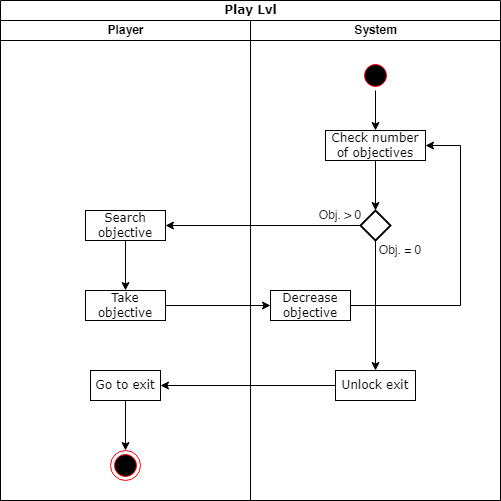
Before: Play Lvl.drawio.png, a diagram exported from draw.io (johannfac/A-Lone-Burglar). Source tidied: cells renumbered, new cells last; positions are measured from the earlier drawing's top-left corner, leaving out a move shared by most shapes. The source it was exported from:
```xml
<mxGraphModel>
  <root>
    <mxCell id="0" />
    <mxCell id="1" parent="0" />
    <mxCell id="2" value="Play Lvl" style="swimlane;html=1;startSize=20;rounded=0;shadow=0;comic=0;labelBackgroundColor=none;strokeWidth=1;fontFamily=Verdana;fontSize=12;align=center;" parent="1" vertex="1">
      <mxGeometry width="500" height="500" as="geometry" />
    </mxCell>
    <mxCell id="3" value="Player" style="swimlane;html=1;startSize=20;" parent="2" vertex="1">
      <mxGeometry y="20" width="250" height="480" as="geometry" />
    </mxCell>
    <mxCell id="4" style="edgeStyle=orthogonalEdgeStyle;rounded=0;jettySize=auto;html=1;exitX=0.5;exitY=1;exitDx=0;exitDy=0;entryX=0.5;entryY=0;entryDx=0;entryDy=0;" parent="3" edge="1" source="5" target="6">
      <mxGeometry relative="1" as="geometry" />
    </mxCell>
    <mxCell id="5" value="Search objective" style="rounded=0;whiteSpace=wrap;html=1;shadow=0;comic=0;labelBackgroundColor=none;strokeWidth=1;fontFamily=Verdana;fontSize=12;align=center;arcSize=50;" parent="3" vertex="1">
      <mxGeometry x="85" y="190" width="80" height="30" as="geometry" />
    </mxCell>
    <mxCell id="6" value="Take objective" style="rounded=0;whiteSpace=wrap;html=1;shadow=0;comic=0;labelBackgroundColor=none;strokeWidth=1;fontFamily=Verdana;fontSize=12;align=center;arcSize=50;" parent="3" vertex="1">
      <mxGeometry x="85" y="270" width="80" height="30" as="geometry" />
    </mxCell>
    <mxCell id="7" style="edgeStyle=orthogonalEdgeStyle;rounded=0;jettySize=auto;html=1;exitX=0.5;exitY=1;exitDx=0;exitDy=0;entryX=0.5;entryY=0;entryDx=0;entryDy=0;" parent="3" edge="1" source="8" target="9">
      <mxGeometry relative="1" as="geometry" />
    </mxCell>
    <mxCell id="8" value="Go to exit" style="rounded=0;whiteSpace=wrap;html=1;shadow=0;comic=0;labelBackgroundColor=none;strokeWidth=1;fontFamily=Verdana;fontSize=12;align=center;arcSize=50;" parent="3" vertex="1">
      <mxGeometry x="90" y="350" width="70" height="30" as="geometry" />
    </mxCell>
    <mxCell id="9" style="ellipse;html=1;shape=endState;fillColor=#000000;strokeColor=#ff0000;" parent="3" vertex="1">
      <mxGeometry x="110" y="430" width="30" height="30" as="geometry" />
    </mxCell>
    <mxCell id="10" value="System" style="swimlane;html=1;startSize=20;" parent="2" vertex="1">
      <mxGeometry x="250" y="20" width="250" height="480" as="geometry" />
    </mxCell>
    <mxCell id="11" style="edgeStyle=orthogonalEdgeStyle;rounded=0;jettySize=auto;html=1;exitX=0.5;exitY=1;exitDx=0;exitDy=0;entryX=0.5;entryY=0;entryDx=0;entryDy=0;" parent="10" edge="1" source="12" target="14">
      <mxGeometry relative="1" as="geometry" />
    </mxCell>
    <mxCell id="12" style="ellipse;html=1;shape=startState;fillColor=#000000;strokeColor=#ff0000;" parent="10" vertex="1">
      <mxGeometry x="110" y="40" width="30" height="30" as="geometry" />
    </mxCell>
    <mxCell id="13" style="edgeStyle=orthogonalEdgeStyle;rounded=0;jettySize=auto;html=1;exitX=0.5;exitY=1;exitDx=0;exitDy=0;entryX=0.5;entryY=0;entryDx=0;entryDy=0;" parent="10" edge="1" source="14" target="16">
      <mxGeometry relative="1" as="geometry" />
    </mxCell>
    <mxCell id="14" value="Check number of objectives" style="rounded=0;whiteSpace=wrap;html=1;shadow=0;comic=0;labelBackgroundColor=none;strokeWidth=1;fontFamily=Verdana;fontSize=12;align=center;arcSize=50;" parent="10" vertex="1">
      <mxGeometry x="75" y="110" width="100" height="30" as="geometry" />
    </mxCell>
    <mxCell id="15" style="edgeStyle=orthogonalEdgeStyle;rounded=0;jettySize=auto;html=1;exitX=0.5;exitY=1;exitDx=0;exitDy=0;entryX=0.5;entryY=0;entryDx=0;entryDy=0;" parent="10" edge="1" source="16" target="17">
      <mxGeometry relative="1" as="geometry" />
    </mxCell>
    <mxCell id="16" style="rhombus;whiteSpace=wrap;html=1;strokeColor=default;strokeWidth=2;fillColor=#FFFFFF;" parent="10" vertex="1">
      <mxGeometry x="110" y="190" width="30" height="30" as="geometry" />
    </mxCell>
    <mxCell id="17" value="Unlock exit" style="rounded=0;whiteSpace=wrap;html=1;shadow=0;comic=0;labelBackgroundColor=none;strokeWidth=1;fontFamily=Verdana;fontSize=12;align=center;arcSize=50;" parent="10" vertex="1">
      <mxGeometry x="85" y="350" width="80" height="30" as="geometry" />
    </mxCell>
    <mxCell id="18" style="edgeStyle=orthogonalEdgeStyle;rounded=0;jettySize=auto;html=1;exitX=1;exitY=0.5;exitDx=0;exitDy=0;entryX=1;entryY=0.5;entryDx=0;entryDy=0;" parent="10" edge="1" source="19" target="14">
      <mxGeometry relative="1" as="geometry">
        <Array as="points">
          <mxPoint x="210" y="285" />
          <mxPoint x="210" y="125" />
        </Array>
      </mxGeometry>
    </mxCell>
    <mxCell id="19" value="Decrease objective" style="rounded=0;whiteSpace=wrap;html=1;shadow=0;comic=0;labelBackgroundColor=none;strokeWidth=1;fontFamily=Verdana;fontSize=12;align=center;arcSize=50;" parent="10" vertex="1">
      <mxGeometry x="20" y="270" width="80" height="30" as="geometry" />
    </mxCell>
    <mxCell id="20" value="Obj. &amp;gt; 0" style="text;html=1;strokeColor=none;fillColor=none;align=center;verticalAlign=middle;whiteSpace=wrap;rounded=0;" parent="10" vertex="1">
      <mxGeometry x="60" y="185" width="60" height="20" as="geometry" />
    </mxCell>
    <mxCell id="21" value="Obj. = 0" style="text;html=1;strokeColor=none;fillColor=none;align=center;verticalAlign=middle;whiteSpace=wrap;rounded=0;" parent="10" vertex="1">
      <mxGeometry x="120" y="220" width="60" height="20" as="geometry" />
    </mxCell>
    <mxCell id="22" style="edgeStyle=orthogonalEdgeStyle;rounded=0;jettySize=auto;html=1;exitX=0;exitY=0.5;exitDx=0;exitDy=0;entryX=1;entryY=0.5;entryDx=0;entryDy=0;" parent="2" edge="1" source="16" target="5">
      <mxGeometry relative="1" as="geometry" />
    </mxCell>
    <mxCell id="23" style="edgeStyle=orthogonalEdgeStyle;rounded=0;jettySize=auto;html=1;exitX=1;exitY=0.5;exitDx=0;exitDy=0;entryX=0;entryY=0.5;entryDx=0;entryDy=0;" parent="2" edge="1" source="6" target="19">
      <mxGeometry relative="1" as="geometry" />
    </mxCell>
    <mxCell id="24" style="edgeStyle=orthogonalEdgeStyle;rounded=0;jettySize=auto;html=1;exitX=0;exitY=0.5;exitDx=0;exitDy=0;entryX=1;entryY=0.5;entryDx=0;entryDy=0;" parent="2" edge="1" source="17" target="8">
      <mxGeometry relative="1" as="geometry" />
    </mxCell>
  </root>
</mxGraphModel>
```
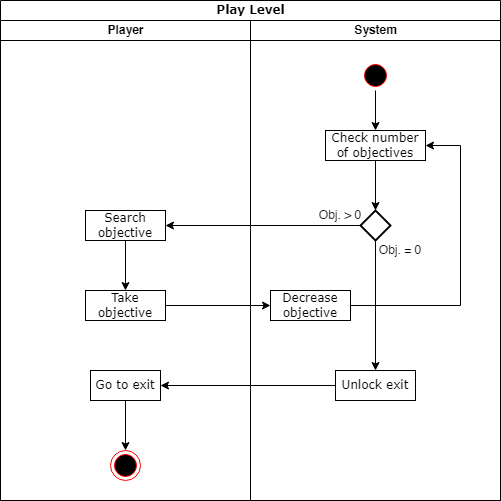
After the change.

Diff of the diagram source:
```diff
@@ -2,7 +2,7 @@
   <root>
     <mxCell id="0" />
     <mxCell id="1" parent="0" />
-    <mxCell id="2" value="Play Lvl" style="swimlane;html=1;startSize=20;rounded=0;shadow=0;comic=0;labelBackgroundColor=none;strokeWidth=1;fontFamily=Verdana;fontSize=12;align=center;" parent="1" vertex="1">
+    <mxCell id="2" value="Play Level" style="swimlane;html=1;startSize=20;rounded=0;shadow=0;comic=0;labelBackgroundColor=none;strokeWidth=1;fontFamily=Verdana;fontSize=12;align=center;" parent="1" vertex="1">
       <mxGeometry width="500" height="500" as="geometry" />
     </mxCell>
     <mxCell id="3" value="Player" style="swimlane;html=1;startSize=20;" parent="2" vertex="1">
```
